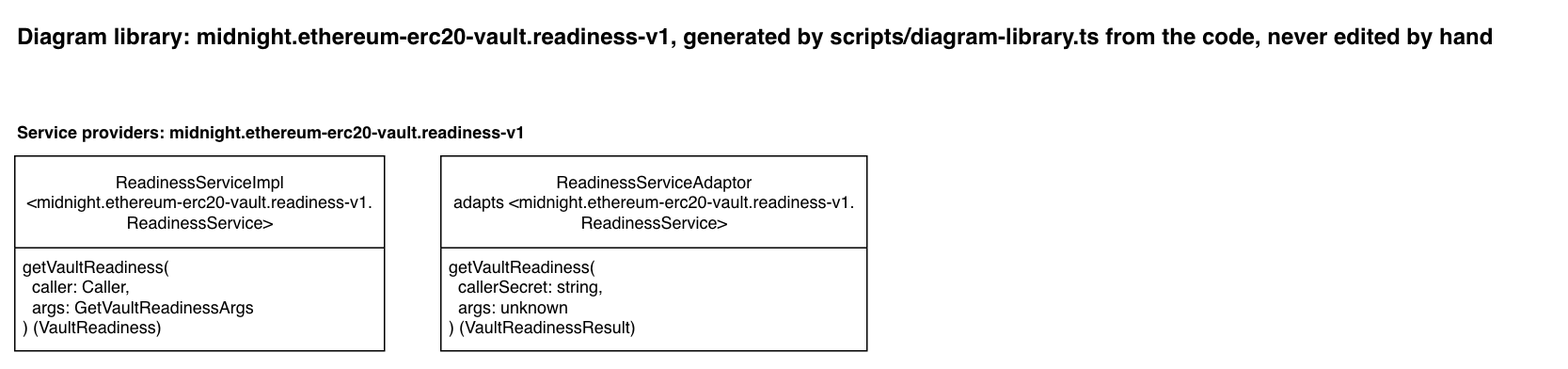
Before: docs/diagram-library/midnight/ethereum-erc20-vault/readiness-v1/diagram-library.drawio.png, a diagram exported from draw.io (sig-net/full-stack-demo). Source tidied: cells renumbered, new cells last; positions are measured from the earlier drawing's top-left corner, leaving out a move shared by most shapes.
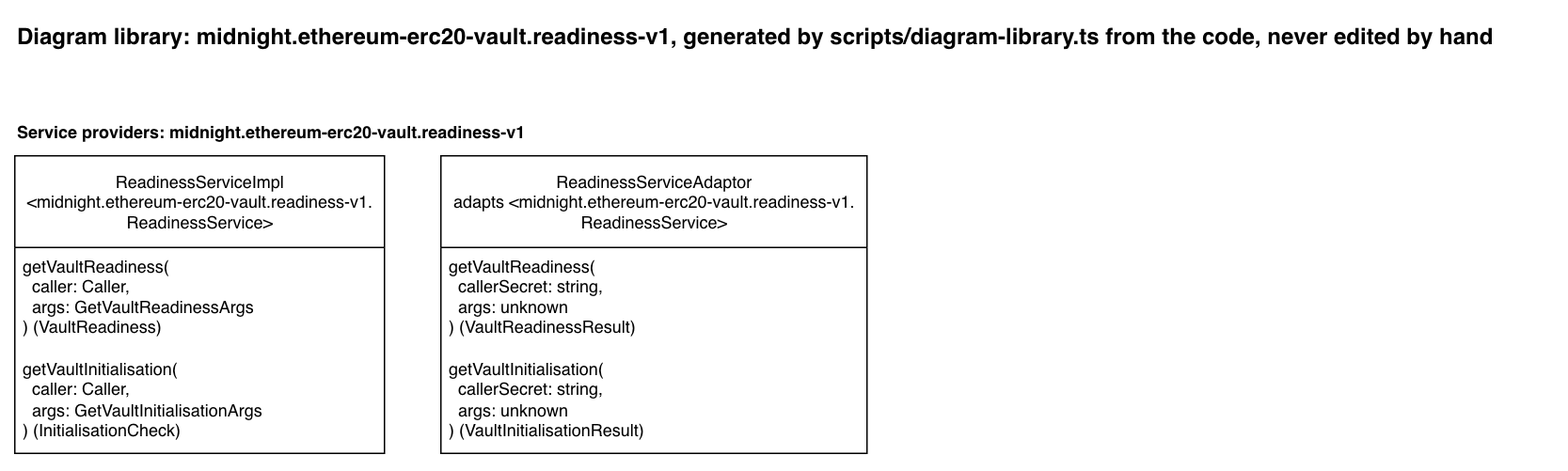
After the change.

Commit message:
Regenerate the readiness diagram library for getVaultInitialisation

The vault initialisation gate added getVaultInitialisation to the
readiness service and its adaptor without regenerating the generated
diagram library, so yarn diagram-library:check failed.

The edit, as a diff of the source:
```diff
@@ -9,16 +9,22 @@
       <mxGeometry y="70" width="388" height="20" as="geometry" />
     </mxCell>
     <mxCell id="4" value="ReadinessServiceImpl&lt;br&gt;&amp;lt;midnight.ethereum-erc20-vault.readiness-v1.&lt;br&gt;ReadinessService&amp;gt;" style="swimlane;fontStyle=0;horizontal=1;startSize=65;fillColor=default;html=1;fillStyle=solid;" parent="1" vertex="1">
-      <mxGeometry y="100" width="262" height="138" as="geometry" />
+      <mxGeometry y="100" width="262" height="211" as="geometry" />
     </mxCell>
     <mxCell id="5" value="getVaultReadiness(&lt;br&gt;&amp;nbsp; caller: Caller,&lt;br&gt;&amp;nbsp; args: GetVaultReadinessArgs&lt;br&gt;) (VaultReadiness)" style="text;strokeColor=none;fillColor=none;align=left;verticalAlign=top;spacingLeft=4;spacingRight=4;overflow=hidden;whiteSpace=wrap;html=1;" parent="4" vertex="1">
       <mxGeometry y="65" width="262" height="73" as="geometry" />
     </mxCell>
+    <mxCell id="8" value="getVaultInitialisation(&lt;br&gt;&amp;nbsp; caller: Caller,&lt;br&gt;&amp;nbsp; args: GetVaultInitialisationArgs&lt;br&gt;) (InitialisationCheck)" style="text;strokeColor=none;fillColor=none;align=left;verticalAlign=top;spacingLeft=4;spacingRight=4;overflow=hidden;whiteSpace=wrap;html=1;" parent="4" vertex="1">
+      <mxGeometry y="138" width="262" height="73" as="geometry" />
+    </mxCell>
     <mxCell id="6" value="ReadinessServiceAdaptor&lt;br&gt;adapts &amp;lt;midnight.ethereum-erc20-vault.readiness-v1.&lt;br&gt;ReadinessService&amp;gt;" style="swimlane;fontStyle=0;horizontal=1;startSize=65;fillColor=default;html=1;fillStyle=solid;" parent="1" vertex="1">
-      <mxGeometry x="302" y="100" width="302" height="138" as="geometry" />
+      <mxGeometry x="302" y="100" width="302" height="211" as="geometry" />
     </mxCell>
     <mxCell id="7" value="getVaultReadiness(&lt;br&gt;&amp;nbsp; callerSecret: string,&lt;br&gt;&amp;nbsp; args: unknown&lt;br&gt;) (VaultReadinessResult)" style="text;strokeColor=none;fillColor=none;align=left;verticalAlign=top;spacingLeft=4;spacingRight=4;overflow=hidden;whiteSpace=wrap;html=1;" parent="6" vertex="1">
       <mxGeometry y="65" width="302" height="73" as="geometry" />
     </mxCell>
+    <mxCell id="9" value="getVaultInitialisation(&lt;br&gt;&amp;nbsp; callerSecret: string,&lt;br&gt;&amp;nbsp; args: unknown&lt;br&gt;) (VaultInitialisationResult)" style="text;strokeColor=none;fillColor=none;align=left;verticalAlign=top;spacingLeft=4;spacingRight=4;overflow=hidden;whiteSpace=wrap;html=1;" parent="6" vertex="1">
+      <mxGeometry y="138" width="302" height="73" as="geometry" />
+    </mxCell>
   </root>
 </mxGraphModel>
```
